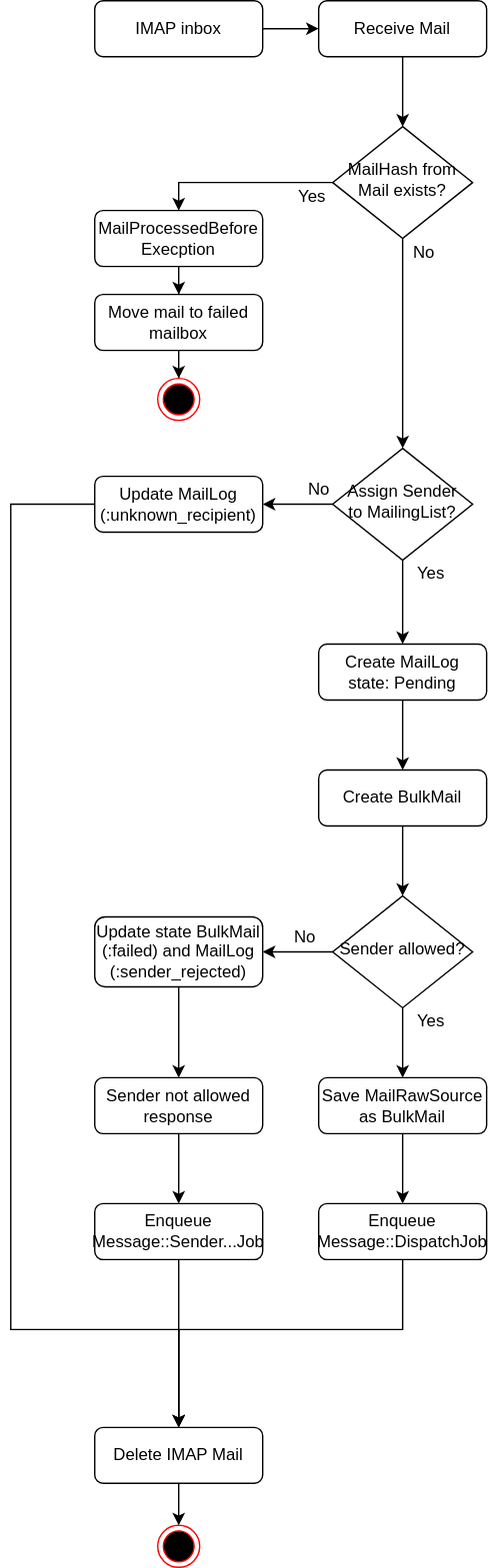
This is doc/architecture/diagrams/modules/messages-bulk-mail-retriever-flowchart.drawio.svg from hitobito/hitobito, a draw.io export, as it was before one commit. Source tidied: cells renumbered, new cells last; positions are measured from the earlier drawing's top-left corner, leaving out a move shared by most shapes.
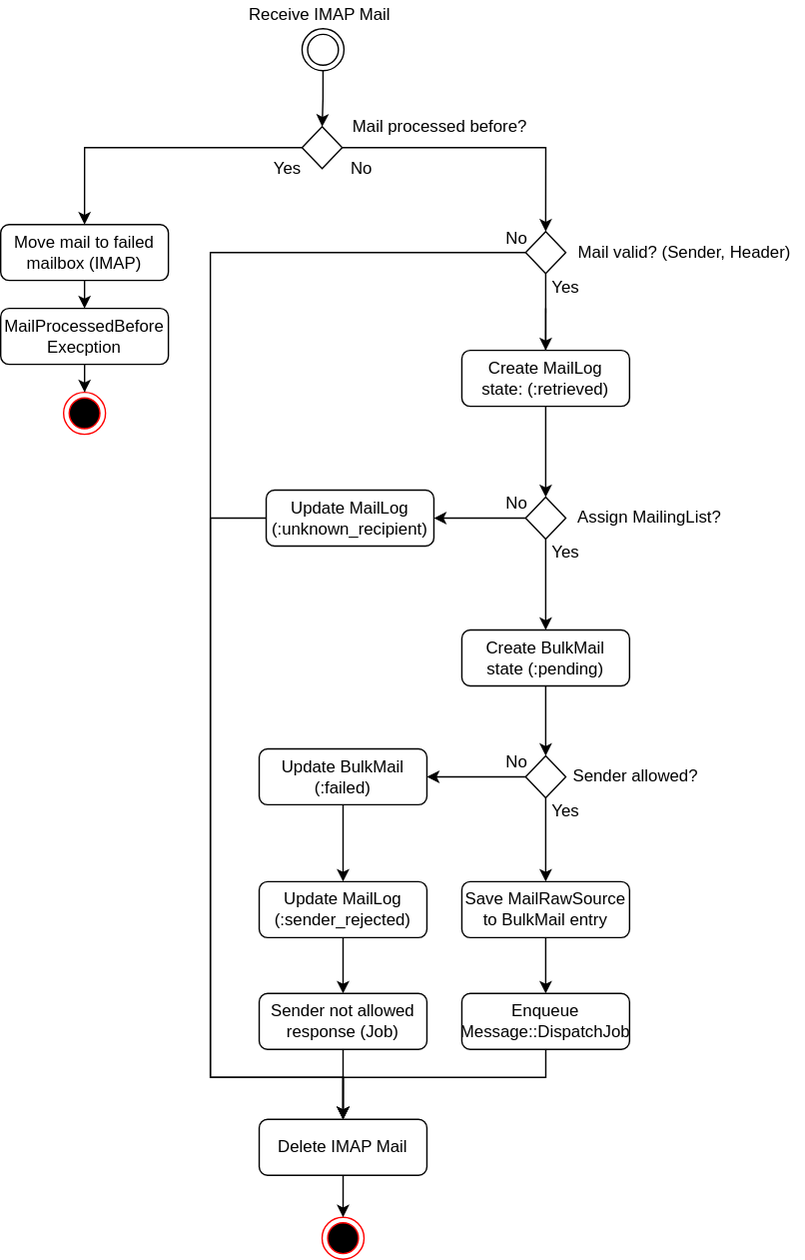
After the change.

Commit message:
Update BulkMailRetriever flowchart diagram and add specs

The edit, as a diff of the source:
```diff
@@ -2,145 +2,184 @@
   <root>
     <mxCell id="0" />
     <mxCell id="1" parent="0" />
-    <mxCell id="2" style="edgeStyle=orthogonalEdgeStyle;rounded=0;jettySize=auto;html=1;" parent="1" edge="1" source="3" target="8">
-      <mxGeometry relative="1" as="geometry" />
-    </mxCell>
-    <mxCell id="3" value="IMAP inbox" style="rounded=1;whiteSpace=wrap;html=1;fontSize=12;glass=0;strokeWidth=1;shadow=0;" parent="1" vertex="1">
-      <mxGeometry x="60" width="120" height="40" as="geometry" />
-    </mxCell>
+    <mxCell id="6" style="rhombus;whiteSpace=wrap;html=1;shadow=0;fontFamily=Helvetica;fontSize=12;align=center;strokeWidth=1;spacing=6;spacingTop=-4;" parent="1" vertex="1">
+      <mxGeometry x="-54.4" y="100" width="28.8" height="30" as="geometry" />
+    </mxCell>
-    <mxCell id="4" style="edgeStyle=orthogonalEdgeStyle;rounded=0;jettySize=auto;html=1;entryX=0.5;entryY=0;entryDx=0;entryDy=0;" parent="1" edge="1" source="6" target="15">
-      <mxGeometry relative="1" as="geometry" />
+    <mxCell id="4" style="edgeStyle=orthogonalEdgeStyle;rounded=0;jettySize=auto;html=1;entryX=0.5;entryY=0;entryDx=0;entryDy=0;exitX=0;exitY=0.5;exitDx=0;exitDy=0;" parent="1" edge="1" source="6" target="13">
+      <mxGeometry relative="1" as="geometry">
+        <Array as="points">
+          <mxPoint x="-210" y="115" />
+        </Array>
+      </mxGeometry>
     </mxCell>
-    <mxCell id="5" style="edgeStyle=orthogonalEdgeStyle;rounded=0;jettySize=auto;html=1;entryX=0.5;entryY=0;entryDx=0;entryDy=0;" parent="1" edge="1" source="6" target="11">
-      <mxGeometry relative="1" as="geometry" />
-    </mxCell>
-    <mxCell id="6" value="MailHash from Mail exists?" style="rhombus;whiteSpace=wrap;html=1;shadow=0;fontFamily=Helvetica;fontSize=12;align=center;strokeWidth=1;spacing=6;spacingTop=-4;" parent="1" vertex="1">
-      <mxGeometry x="230" y="90" width="100" height="80" as="geometry" />
-    </mxCell>
+    <mxCell id="45" style="edgeStyle=orthogonalEdgeStyle;rounded=0;jettySize=auto;html=1;entryX=0.5;entryY=0;entryDx=0;entryDy=0;" parent="1" edge="1" source="6" target="64">
+      <mxGeometry relative="1" as="geometry" />
+    </mxCell>
-    <mxCell id="7" style="edgeStyle=orthogonalEdgeStyle;rounded=0;jettySize=auto;html=1;exitX=0.5;exitY=1;exitDx=0;exitDy=0;" parent="1" edge="1" source="8" target="6">
+    <mxCell id="7" style="edgeStyle=orthogonalEdgeStyle;rounded=0;jettySize=auto;html=1;exitX=0.5;exitY=1;exitDx=0;exitDy=0;" parent="1" edge="1" source="65" target="6">
       <mxGeometry relative="1" as="geometry" />
     </mxCell>
-    <mxCell id="8" value="Receive Mail" style="rounded=1;whiteSpace=wrap;html=1;fontSize=12;glass=0;strokeWidth=1;shadow=0;" parent="1" vertex="1">
-      <mxGeometry x="220" width="120" height="40" as="geometry" />
-    </mxCell>
-    <mxCell id="9" style="edgeStyle=orthogonalEdgeStyle;rounded=0;jettySize=auto;html=1;entryX=1;entryY=0.5;entryDx=0;entryDy=0;" parent="1" edge="1" source="11" target="41">
-      <mxGeometry relative="1" as="geometry" />
-    </mxCell>
-    <mxCell id="10" style="edgeStyle=orthogonalEdgeStyle;rounded=0;jettySize=auto;html=1;" parent="1" edge="1" source="11" target="24">
-      <mxGeometry relative="1" as="geometry" />
-    </mxCell>
-    <mxCell id="11" value="Assign Sender to MailingList?" style="rhombus;whiteSpace=wrap;html=1;shadow=0;fontFamily=Helvetica;fontSize=12;align=center;strokeWidth=1;spacing=6;spacingTop=-4;" parent="1" vertex="1">
-      <mxGeometry x="230" y="320" width="100" height="80" as="geometry" />
-    </mxCell>
+    <mxCell id="46" style="edgeStyle=orthogonalEdgeStyle;rounded=0;jettySize=auto;html=1;entryX=0.5;entryY=0;entryDx=0;entryDy=0;exitX=0.5;exitY=1;exitDx=0;exitDy=0;" parent="1" edge="1" source="67" target="20">
+      <mxGeometry relative="1" as="geometry" />
+    </mxCell>
-    <mxCell id="12" style="edgeStyle=orthogonalEdgeStyle;rounded=0;jettySize=auto;html=1;" parent="1" edge="1" source="13" target="42">
+    <mxCell id="12" style="edgeStyle=orthogonalEdgeStyle;rounded=0;jettySize=auto;html=1;startArrow=none;" parent="1" edge="1" source="15" target="42">
       <mxGeometry relative="1" as="geometry" />
     </mxCell>
-    <mxCell id="13" value="Move mail to failed mailbox" style="rounded=1;whiteSpace=wrap;html=1;fontSize=12;glass=0;strokeWidth=1;shadow=0;" parent="1" vertex="1">
-      <mxGeometry x="60" y="210" width="120" height="40" as="geometry" />
+    <mxCell id="13" value="Move mail to failed mailbox (IMAP)" style="rounded=1;whiteSpace=wrap;html=1;fontSize=12;glass=0;strokeWidth=1;shadow=0;" parent="1" vertex="1">
+      <mxGeometry x="-270" y="170" width="120" height="40" as="geometry" />
     </mxCell>
-    <mxCell id="14" style="edgeStyle=orthogonalEdgeStyle;rounded=0;jettySize=auto;html=1;" parent="1" edge="1" source="15" target="13">
+    <mxCell id="14" style="edgeStyle=orthogonalEdgeStyle;rounded=0;jettySize=auto;html=1;exitX=0.5;exitY=1;exitDx=0;exitDy=0;entryX=0.5;entryY=0;entryDx=0;entryDy=0;" parent="1" edge="1" source="13" target="15">
       <mxGeometry relative="1" as="geometry" />
     </mxCell>
-    <mxCell id="15" value="MailProcessedBefore&lt;br&gt;Execption" style="rounded=1;whiteSpace=wrap;html=1;fontSize=12;glass=0;strokeWidth=1;shadow=0;" parent="1" vertex="1">
-      <mxGeometry x="60" y="150" width="120" height="40" as="geometry" />
-    </mxCell>
     <mxCell id="16" value="Yes" style="text;html=1;align=center;verticalAlign=middle;strokeColor=none;fillColor=none;" parent="1" vertex="1">
-      <mxGeometry x="195" y="130" width="40" height="20" as="geometry" />
+      <mxGeometry x="114.4" y="205" width="40" height="20" as="geometry" />
     </mxCell>
     <mxCell id="17" style="edgeStyle=orthogonalEdgeStyle;rounded=0;jettySize=auto;html=1;entryX=0.5;entryY=0;entryDx=0;entryDy=0;" parent="1" edge="1" source="18" target="31">
       <mxGeometry relative="1" as="geometry" />
     </mxCell>
-    <mxCell id="18" value="Save MailRawSource as BulkMail" style="rounded=1;whiteSpace=wrap;html=1;fontSize=12;glass=0;strokeWidth=1;shadow=0;" parent="1" vertex="1">
-      <mxGeometry x="220" y="770" width="120" height="40" as="geometry" />
+    <mxCell id="18" value="Save MailRawSource to BulkMail entry" style="rounded=1;whiteSpace=wrap;html=1;fontSize=12;glass=0;strokeWidth=1;shadow=0;" parent="1" vertex="1">
+      <mxGeometry x="60" y="640" width="120" height="40" as="geometry" />
     </mxCell>
-    <mxCell id="19" style="edgeStyle=orthogonalEdgeStyle;rounded=0;jettySize=auto;html=1;entryX=0.5;entryY=0;entryDx=0;entryDy=0;" parent="1" edge="1" source="20" target="28">
-      <mxGeometry relative="1" as="geometry" />
-    </mxCell>
+    <mxCell id="47" style="edgeStyle=orthogonalEdgeStyle;rounded=0;jettySize=auto;html=1;entryX=0.5;entryY=0;entryDx=0;entryDy=0;" parent="1" edge="1" source="20" target="68">
+      <mxGeometry relative="1" as="geometry" />
+    </mxCell>
-    <mxCell id="20" value="Create BulkMail" style="rounded=1;whiteSpace=wrap;html=1;fontSize=12;glass=0;strokeWidth=1;shadow=0;" parent="1" vertex="1">
-      <mxGeometry x="220" y="550" width="120" height="40" as="geometry" />
+    <mxCell id="20" value="Create BulkMail&lt;br&gt;state (:pending)" style="rounded=1;whiteSpace=wrap;html=1;fontSize=12;glass=0;strokeWidth=1;shadow=0;" parent="1" vertex="1">
+      <mxGeometry x="60" y="460" width="120" height="40" as="geometry" />
     </mxCell>
     <mxCell id="21" value="No" style="text;html=1;align=center;verticalAlign=middle;strokeColor=none;fillColor=none;" parent="1" vertex="1">
-      <mxGeometry x="280" y="170" width="30" height="20" as="geometry" />
+      <mxGeometry x="84.4" y="360" width="30" height="20" as="geometry" />
     </mxCell>
     <mxCell id="22" value="No" style="text;html=1;align=center;verticalAlign=middle;strokeColor=none;fillColor=none;" parent="1" vertex="1">
-      <mxGeometry x="205" y="340" width="30" height="20" as="geometry" />
+      <mxGeometry x="84.4" y="170" width="30" height="20" as="geometry" />
     </mxCell>
-    <mxCell id="23" style="edgeStyle=orthogonalEdgeStyle;rounded=0;jettySize=auto;html=1;entryX=0.5;entryY=0;entryDx=0;entryDy=0;" parent="1" edge="1" source="24" target="20">
-      <mxGeometry relative="1" as="geometry" />
-    </mxCell>
+    <mxCell id="48" style="edgeStyle=orthogonalEdgeStyle;rounded=0;jettySize=auto;html=1;entryX=0.5;entryY=0;entryDx=0;entryDy=0;" parent="1" edge="1" source="24" target="67">
+      <mxGeometry relative="1" as="geometry" />
+    </mxCell>
-    <mxCell id="24" value="Create MailLog&lt;br&gt;state: Pending" style="rounded=1;whiteSpace=wrap;html=1;fontSize=12;glass=0;strokeWidth=1;shadow=0;" parent="1" vertex="1">
-      <mxGeometry x="220" y="460" width="120" height="40" as="geometry" />
+    <mxCell id="24" value="Create MailLog&lt;br&gt;state: (:retrieved)" style="rounded=1;whiteSpace=wrap;html=1;fontSize=12;glass=0;strokeWidth=1;shadow=0;" parent="1" vertex="1">
+      <mxGeometry x="60" y="260" width="120" height="40" as="geometry" />
     </mxCell>
     <mxCell id="25" value="Yes" style="text;html=1;align=center;verticalAlign=middle;strokeColor=none;fillColor=none;" parent="1" vertex="1">
-      <mxGeometry x="280" y="400" width="40" height="20" as="geometry" />
+      <mxGeometry x="114.4" y="395" width="40" height="20" as="geometry" />
     </mxCell>
-    <mxCell id="26" style="edgeStyle=orthogonalEdgeStyle;rounded=0;jettySize=auto;html=1;entryX=1;entryY=0.5;entryDx=0;entryDy=0;" parent="1" edge="1" source="28" target="35">
-      <mxGeometry relative="1" as="geometry" />
-    </mxCell>
-    <mxCell id="27" style="edgeStyle=orthogonalEdgeStyle;rounded=0;jettySize=auto;html=1;" parent="1" edge="1" source="28" target="18">
-      <mxGeometry relative="1" as="geometry" />
-    </mxCell>
-    <mxCell id="28" value="Sender allowed?" style="rhombus;whiteSpace=wrap;html=1;shadow=0;fontFamily=Helvetica;fontSize=12;align=center;strokeWidth=1;spacing=6;spacingTop=-4;" parent="1" vertex="1">
-      <mxGeometry x="230" y="640" width="100" height="80" as="geometry" />
-    </mxCell>
-    <mxCell id="29" value="No" style="text;html=1;align=center;verticalAlign=middle;strokeColor=none;fillColor=none;" parent="1" vertex="1">
-      <mxGeometry x="195" y="660" width="30" height="20" as="geometry" />
-    </mxCell>
+    <mxCell id="49" style="edgeStyle=orthogonalEdgeStyle;rounded=0;jettySize=auto;html=1;exitX=0;exitY=0.5;exitDx=0;exitDy=0;entryX=1;entryY=0.5;entryDx=0;entryDy=0;" parent="1" edge="1" source="67" target="41">
+      <mxGeometry relative="1" as="geometry" />
+    </mxCell>
+    <mxCell id="50" style="edgeStyle=orthogonalEdgeStyle;rounded=0;jettySize=auto;html=1;exitX=0;exitY=0.5;exitDx=0;exitDy=0;" parent="1" edge="1" source="68" target="35">
+      <mxGeometry relative="1" as="geometry" />
+    </mxCell>
+    <mxCell id="51" style="edgeStyle=orthogonalEdgeStyle;rounded=0;jettySize=auto;html=1;entryX=0.5;entryY=0;entryDx=0;entryDy=0;exitX=0.5;exitY=1;exitDx=0;exitDy=0;" parent="1" edge="1" source="68" target="18">
+      <mxGeometry relative="1" as="geometry" />
+    </mxCell>
     <mxCell id="30" style="edgeStyle=orthogonalEdgeStyle;rounded=0;jettySize=auto;html=1;entryX=0.5;entryY=0;entryDx=0;entryDy=0;" parent="1" edge="1" source="31" target="44">
       <mxGeometry relative="1" as="geometry">
         <Array as="points">
-          <mxPoint x="280" y="950" />
-          <mxPoint x="120" y="950" />
+          <mxPoint x="120" y="780" />
+          <mxPoint x="-25" y="780" />
         </Array>
       </mxGeometry>
     </mxCell>
     <mxCell id="31" value="Enqueue Message::DispatchJob" style="rounded=1;whiteSpace=wrap;html=1;fontSize=12;glass=0;strokeWidth=1;shadow=0;" parent="1" vertex="1">
-      <mxGeometry x="220" y="860" width="120" height="40" as="geometry" />
+      <mxGeometry x="60" y="720" width="120" height="40" as="geometry" />
     </mxCell>
     <mxCell id="32" style="ellipse;html=1;shape=endState;fillColor=#000000;strokeColor=#ff0000;" parent="1" vertex="1">
-      <mxGeometry x="105" y="1090" width="30" height="30" as="geometry" />
+      <mxGeometry x="-40" y="880" width="30" height="30" as="geometry" />
     </mxCell>
-    <mxCell id="33" value="Yes" style="text;html=1;align=center;verticalAlign=middle;strokeColor=none;fillColor=none;" parent="1" vertex="1">
-      <mxGeometry x="280" y="720" width="40" height="20" as="geometry" />
-    </mxCell>
-    <mxCell id="34" style="edgeStyle=orthogonalEdgeStyle;rounded=0;jettySize=auto;html=1;entryX=0.5;entryY=0;entryDx=0;entryDy=0;" parent="1" edge="1" source="35" target="37">
+    <mxCell id="34" style="edgeStyle=orthogonalEdgeStyle;rounded=0;jettySize=auto;html=1;entryX=0.5;entryY=0;entryDx=0;entryDy=0;" parent="1" edge="1" source="35" target="61">
       <mxGeometry relative="1" as="geometry" />
     </mxCell>
-    <mxCell id="35" value="Update state BulkMail (:failed) and MailLog (:sender_rejected)" style="rounded=1;whiteSpace=wrap;html=1;fontSize=12;glass=0;strokeWidth=1;shadow=0;" parent="1" vertex="1">
-      <mxGeometry x="60" y="655" width="120" height="50" as="geometry" />
+    <mxCell id="35" value="Update BulkMail (:failed)" style="rounded=1;whiteSpace=wrap;html=1;fontSize=12;glass=0;strokeWidth=1;shadow=0;" parent="1" vertex="1">
+      <mxGeometry x="-85" y="545" width="120" height="40" as="geometry" />
     </mxCell>
-    <mxCell id="36" style="edgeStyle=orthogonalEdgeStyle;rounded=0;jettySize=auto;html=1;" parent="1" edge="1" source="37" target="39">
-      <mxGeometry relative="1" as="geometry" />
-    </mxCell>
-    <mxCell id="37" value="Sender not allowed response" style="rounded=1;whiteSpace=wrap;html=1;fontSize=12;glass=0;strokeWidth=1;shadow=0;" parent="1" vertex="1">
-      <mxGeometry x="60" y="770" width="120" height="40" as="geometry" />
+    <mxCell id="37" value="Sender not allowed response (Job)" style="rounded=1;whiteSpace=wrap;html=1;fontSize=12;glass=0;strokeWidth=1;shadow=0;" parent="1" vertex="1">
+      <mxGeometry x="-85" y="720" width="120" height="40" as="geometry" />
     </mxCell>
-    <mxCell id="38" style="edgeStyle=orthogonalEdgeStyle;rounded=0;jettySize=auto;html=1;entryX=0.5;entryY=0;entryDx=0;entryDy=0;" parent="1" edge="1" source="39" target="44">
+    <mxCell id="38" style="edgeStyle=orthogonalEdgeStyle;rounded=0;jettySize=auto;html=1;entryX=0.5;entryY=0;entryDx=0;entryDy=0;exitX=0.5;exitY=1;exitDx=0;exitDy=0;" parent="1" edge="1" source="37" target="44">
       <mxGeometry relative="1" as="geometry" />
     </mxCell>
-    <mxCell id="39" value="Enqueue&lt;br&gt;Message::Sender...Job" style="rounded=1;whiteSpace=wrap;html=1;fontSize=12;glass=0;strokeWidth=1;shadow=0;" parent="1" vertex="1">
-      <mxGeometry x="60" y="860" width="120" height="40" as="geometry" />
-    </mxCell>
     <mxCell id="40" style="edgeStyle=orthogonalEdgeStyle;rounded=0;jettySize=auto;html=1;entryX=0.5;entryY=0;entryDx=0;entryDy=0;" parent="1" edge="1" source="41" target="44">
       <mxGeometry relative="1" as="geometry">
         <Array as="points">
-          <mxPoint y="360" />
-          <mxPoint y="950" />
-          <mxPoint x="120" y="950" />
+          <mxPoint x="-120" y="380" />
+          <mxPoint x="-120" y="780" />
+          <mxPoint x="-25" y="780" />
         </Array>
       </mxGeometry>
     </mxCell>
     <mxCell id="41" value="Update MailLog&lt;br&gt;(:unknown_recipient)" style="rounded=1;whiteSpace=wrap;html=1;fontSize=12;glass=0;strokeWidth=1;shadow=0;" parent="1" vertex="1">
-      <mxGeometry x="60" y="340" width="120" height="40" as="geometry" />
+      <mxGeometry x="-80" y="360" width="120" height="40" as="geometry" />
     </mxCell>
     <mxCell id="42" style="ellipse;html=1;shape=endState;fillColor=#000000;strokeColor=#ff0000;" parent="1" vertex="1">
-      <mxGeometry x="105" y="270" width="30" height="30" as="geometry" />
+      <mxGeometry x="-225" y="290" width="30" height="30" as="geometry" />
     </mxCell>
     <mxCell id="43" style="edgeStyle=orthogonalEdgeStyle;rounded=0;jettySize=auto;html=1;entryX=0.5;entryY=0;entryDx=0;entryDy=0;" parent="1" edge="1" source="44" target="32">
       <mxGeometry relative="1" as="geometry" />
     </mxCell>
     <mxCell id="44" value="Delete IMAP Mail" style="rounded=1;whiteSpace=wrap;html=1;fontSize=12;glass=0;strokeWidth=1;shadow=0;" parent="1" vertex="1">
-      <mxGeometry x="60" y="1020" width="120" height="40" as="geometry" />
+      <mxGeometry x="-85" y="810" width="120" height="40" as="geometry" />
     </mxCell>
+    <mxCell id="15" value="MailProcessedBefore&lt;br&gt;Execption" style="rounded=1;whiteSpace=wrap;html=1;fontSize=12;glass=0;strokeWidth=1;shadow=0;" parent="1" vertex="1">
+      <mxGeometry x="-270" y="230" width="120" height="40" as="geometry" />
+    </mxCell>
+    <mxCell id="52" style="edgeStyle=orthogonalEdgeStyle;rounded=0;jettySize=auto;html=1;entryX=0.5;entryY=0;entryDx=0;entryDy=0;exitX=0;exitY=0.5;exitDx=0;exitDy=0;" parent="1" edge="1" source="64" target="44">
+      <mxGeometry relative="1" as="geometry">
+        <Array as="points">
+          <mxPoint x="-120" y="190" />
+          <mxPoint x="-120" y="780" />
+          <mxPoint x="-25" y="780" />
+        </Array>
+      </mxGeometry>
+    </mxCell>
+    <mxCell id="53" style="edgeStyle=orthogonalEdgeStyle;rounded=0;jettySize=auto;html=1;entryX=0.5;entryY=0;entryDx=0;entryDy=0;" parent="1" edge="1" target="24">
+      <mxGeometry relative="1" as="geometry">
+        <mxPoint x="120" y="229.9" as="sourcePoint" />
+      </mxGeometry>
+    </mxCell>
+    <mxCell id="54" value="No" style="text;html=1;align=center;verticalAlign=middle;strokeColor=none;fillColor=none;" parent="1" vertex="1">
+      <mxGeometry x="84.4" y="545" width="30" height="20" as="geometry" />
+    </mxCell>
+    <mxCell id="55" value="Yes" style="text;html=1;align=center;verticalAlign=middle;strokeColor=none;fillColor=none;" parent="1" vertex="1">
+      <mxGeometry x="114.4" y="580" width="40" height="20" as="geometry" />
+    </mxCell>
+    <mxCell id="56" value="&lt;span&gt;Mail processed before?&lt;/span&gt;" style="text;html=1;align=center;verticalAlign=middle;strokeColor=none;fillColor=none;" parent="1" vertex="1">
+      <mxGeometry x="-25.6" y="90" width="140" height="20" as="geometry" />
+    </mxCell>
+    <mxCell id="57" style="edgeStyle=none;rounded=0;jettySize=auto;html=1;endArrow=none;endFill=0;" parent="1" edge="1" source="64" target="24">
+      <mxGeometry relative="1" as="geometry" />
+    </mxCell>
+    <mxCell id="58" value="&lt;span&gt;Mail valid? (Sender, Header)&lt;/span&gt;" style="text;html=1;align=center;verticalAlign=middle;strokeColor=none;fillColor=none;" parent="1" vertex="1">
+      <mxGeometry x="134.3" y="180" width="170" height="20" as="geometry" />
+    </mxCell>
+    <mxCell id="28" value="&lt;span&gt;Sender allowed?&lt;/span&gt;" style="text;html=1;align=center;verticalAlign=middle;points=[];strokeColor=none;fillColor=none;" parent="1" vertex="1">
+      <mxGeometry x="134.4" y="555" width="100" height="20" as="geometry" />
+    </mxCell>
+    <mxCell id="59" value="&lt;span&gt;Assign MailingList?&lt;/span&gt;" style="text;html=1;align=center;verticalAlign=middle;strokeColor=none;fillColor=none;" parent="1" vertex="1">
+      <mxGeometry x="134.4" y="370" width="120" height="20" as="geometry" />
+    </mxCell>
+    <mxCell id="60" style="edgeStyle=none;rounded=0;jettySize=auto;html=1;endArrow=classic;endFill=1;" parent="1" edge="1" source="61" target="37">
+      <mxGeometry relative="1" as="geometry" />
+    </mxCell>
+    <mxCell id="61" value="Update MailLog (:sender_rejected)" style="rounded=1;whiteSpace=wrap;html=1;fontSize=12;glass=0;strokeWidth=1;shadow=0;" parent="1" vertex="1">
+      <mxGeometry x="-85" y="640" width="120" height="40" as="geometry" />
+    </mxCell>
+    <mxCell id="62" value="No" style="text;html=1;align=center;verticalAlign=middle;strokeColor=none;fillColor=none;" parent="1" vertex="1">
+      <mxGeometry x="-27" y="120" width="30" height="20" as="geometry" />
+    </mxCell>
+    <mxCell id="63" value="Yes" style="text;html=1;align=center;verticalAlign=middle;strokeColor=none;fillColor=none;" parent="1" vertex="1">
+      <mxGeometry x="-85" y="120" width="40" height="20" as="geometry" />
+    </mxCell>
+    <mxCell id="64" style="rhombus;whiteSpace=wrap;html=1;shadow=0;fontFamily=Helvetica;fontSize=12;align=center;strokeWidth=1;spacing=6;spacingTop=-4;" parent="1" vertex="1">
+      <mxGeometry x="105.6" y="175" width="28.8" height="30" as="geometry" />
+    </mxCell>
+    <mxCell id="65" style="ellipse;shape=doubleEllipse;html=1;dashed=0;whitespace=wrap;" parent="1" vertex="1">
+      <mxGeometry x="-54.4" y="30" width="30" height="30" as="geometry" />
+    </mxCell>
+    <mxCell id="66" value="&lt;span&gt;Receive IMAP Mail&lt;/span&gt;" style="text;html=1;align=center;verticalAlign=middle;strokeColor=none;fillColor=none;" parent="1" vertex="1">
+      <mxGeometry x="-102" y="10" width="120" height="20" as="geometry" />
+    </mxCell>
+    <mxCell id="67" style="rhombus;whiteSpace=wrap;html=1;shadow=0;fontFamily=Helvetica;fontSize=12;align=center;strokeWidth=1;spacing=6;spacingTop=-4;" parent="1" vertex="1">
+      <mxGeometry x="105.6" y="365" width="28.8" height="30" as="geometry" />
+    </mxCell>
+    <mxCell id="68" style="rhombus;whiteSpace=wrap;html=1;shadow=0;fontFamily=Helvetica;fontSize=12;align=center;strokeWidth=1;spacing=6;spacingTop=-4;" parent="1" vertex="1">
+      <mxGeometry x="105.6" y="550" width="28.8" height="30" as="geometry" />
+    </mxCell>
   </root>
 </mxGraphModel>
```
